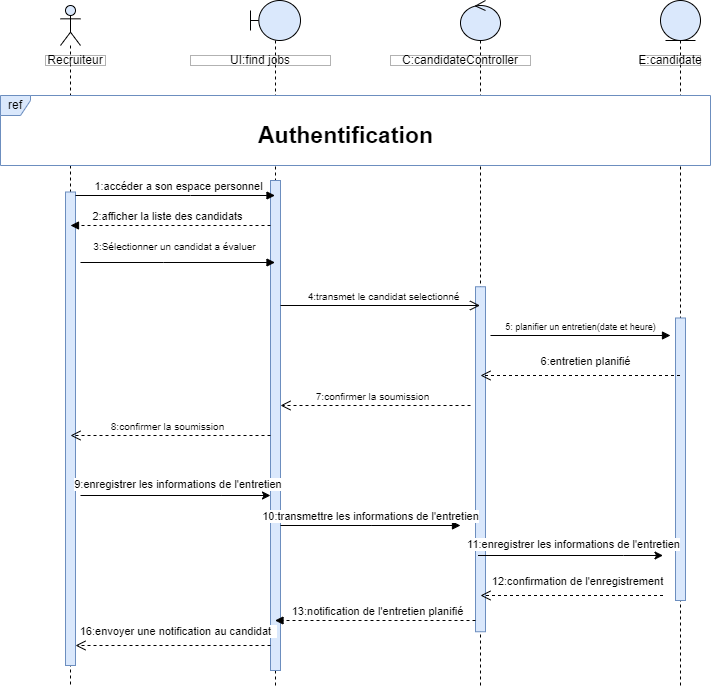
The draw.io diagram Diagramme sequence Traiter une candidature.drawio.png in chirine1/-project, before a commit. Source tidied: cells renumbered, new cells last; positions are measured from the earlier drawing's top-left corner, leaving out a move shared by most shapes.
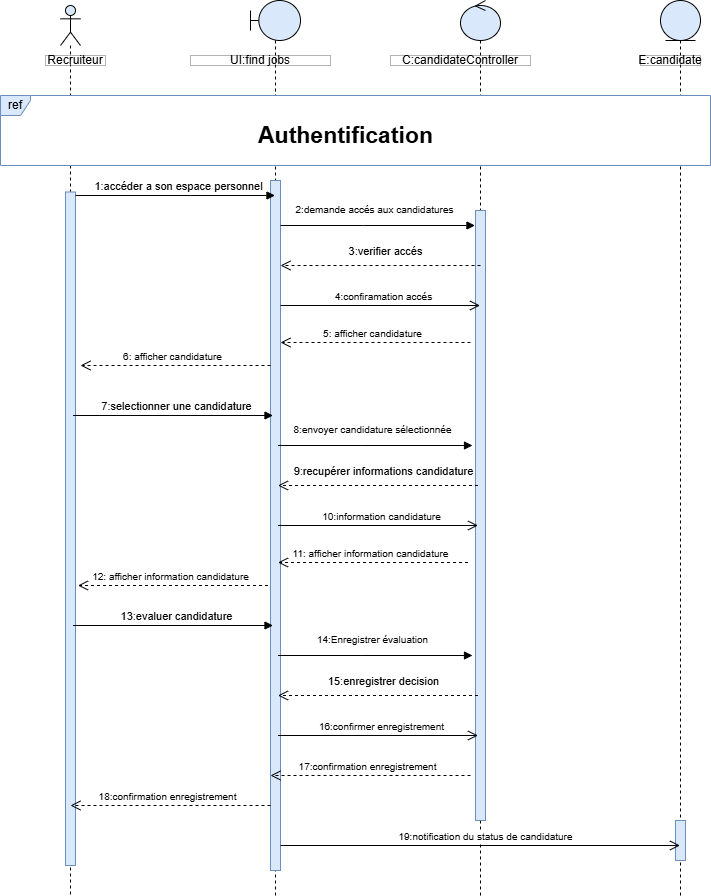
Later version of the same file.

Commit message:
Mettre à jour Diagramme sequence Traiter une candidature.drawio.png

Diff of the diagram source:
```diff
@@ -3,39 +3,29 @@
     <mxCell id="0" />
     <mxCell id="1" parent="0" />
     <mxCell id="2" style="shape=umlLifeline;perimeter=lifelinePerimeter;whiteSpace=wrap;html=1;outlineConnect=0;portConstraint=eastwest;newEdgeStyle={&quot;curved&quot;:0,&quot;rounded&quot;:0};participant=umlBoundary;fillColor=#dae8fc;strokeColor=default;" parent="1" vertex="1">
-      <mxGeometry x="250" width="50" height="685" as="geometry" />
+      <mxGeometry x="250" width="50" height="895" as="geometry" />
     </mxCell>
     <mxCell id="3" style="html=1;points=[[0,0,0,0,5],[0,1,0,0,-5],[1,0,0,0,5],[1,1,0,0,-5]];perimeter=orthogonalPerimeter;outlineConnect=0;targetShapes=umlLifeline;portConstraint=eastwest;newEdgeStyle={&quot;curved&quot;:0,&quot;rounded&quot;:0};fillColor=#dae8fc;strokeColor=#6c8ebf;" parent="2" vertex="1">
-      <mxGeometry x="20" y="180" width="10" height="490" as="geometry" />
+      <mxGeometry x="20" y="180" width="10" height="690" as="geometry" />
     </mxCell>
     <mxCell id="4" style="shape=umlLifeline;perimeter=lifelinePerimeter;whiteSpace=wrap;html=1;outlineConnect=0;portConstraint=eastwest;newEdgeStyle={&quot;curved&quot;:0,&quot;rounded&quot;:0};participant=umlEntity;fillColor=#dae8fc;strokeColor=default;" parent="1" vertex="1">
-      <mxGeometry x="660" width="40" height="685" as="geometry" />
+      <mxGeometry x="660" width="40" height="895" as="geometry" />
     </mxCell>
     <mxCell id="5" style="html=1;perimeter=orthogonalPerimeter;targetShapes=umlLifeline;newEdgeStyle={&quot;curved&quot;:0,&quot;rounded&quot;:0};fillColor=#dae8fc;strokeColor=#6c8ebf;" parent="4" vertex="1">
-      <mxGeometry x="15" y="317.5" width="10" height="282.5" as="geometry" />
+      <mxGeometry x="15" y="820" width="10" height="40" as="geometry" />
     </mxCell>
     <mxCell id="6" style="shape=umlLifeline;perimeter=lifelinePerimeter;whiteSpace=wrap;html=1;outlineConnect=0;portConstraint=eastwest;newEdgeStyle={&quot;curved&quot;:0,&quot;rounded&quot;:0};participant=umlControl;fillColor=#dae8fc;strokeColor=default;" parent="1" vertex="1">
-      <mxGeometry x="460" width="40" height="685" as="geometry" />
+      <mxGeometry x="460" width="40" height="895" as="geometry" />
     </mxCell>
     <mxCell id="7" style="html=1;points=[[0,0,0,0,5],[0,1,0,0,-5],[1,0,0,0,5],[1,1,0,0,-5]];perimeter=orthogonalPerimeter;outlineConnect=0;targetShapes=umlLifeline;portConstraint=eastwest;newEdgeStyle={&quot;curved&quot;:0,&quot;rounded&quot;:0};fillColor=#dae8fc;strokeColor=#6c8ebf;" parent="6" vertex="1">
-      <mxGeometry x="15" y="286.2" width="10" height="345" as="geometry" />
+      <mxGeometry x="15" y="210" width="10" height="610" as="geometry" />
     </mxCell>
     <mxCell id="8" style="shape=umlLifeline;perimeter=lifelinePerimeter;whiteSpace=wrap;html=1;newEdgeStyle={&quot;curved&quot;:0,&quot;rounded&quot;:0};participant=umlActor;fillColor=#dae8fc;strokeColor=default;" parent="1" vertex="1">
-      <mxGeometry x="60" y="5" width="20" height="680" as="geometry" />
+      <mxGeometry x="60" y="5" width="20" height="890" as="geometry" />
     </mxCell>
     <mxCell id="9" style="html=1;points=[[0,0,0,0,5],[0,1,0,0,-5],[1,0,0,0,5],[1,1,0,0,-5]];perimeter=orthogonalPerimeter;outlineConnect=0;targetShapes=umlLifeline;portConstraint=eastwest;newEdgeStyle={&quot;curved&quot;:0,&quot;rounded&quot;:0};fillColor=#dae8fc;strokeColor=#6c8ebf;" parent="8" vertex="1">
-      <mxGeometry x="5" y="186.5" width="10" height="473.5" as="geometry" />
+      <mxGeometry x="5" y="186.5" width="10" height="673.5" as="geometry" />
     </mxCell>
-    <mxCell id="10" value="6:entretien planifié" style="html=1;verticalAlign=bottom;endArrow=open;dashed=1;endSize=8;curved=0;rounded=0;" parent="1" edge="1" source="4">
-      <mxGeometry x="-0.05" y="-5" relative="1" as="geometry">
-        <mxPoint x="480" y="375" as="targetPoint" />
-      </mxGeometry>
-    </mxCell>
-    <mxCell id="11" value="2:afficher la liste des candidats" style="html=1;verticalAlign=bottom;endArrow=block;curved=0;rounded=0;dashed=1;" parent="1" edge="1" source="3">
-      <mxGeometry x="0.03" relative="1" as="geometry">
-        <mxPoint x="70" y="225" as="targetPoint" />
-      </mxGeometry>
-    </mxCell>
     <mxCell id="12" value="Recruiteur" style="html=1;whiteSpace=wrap;opacity=30;gradientColor=none;fillColor=default;fillStyle=auto;rounded=0;" parent="1" vertex="1">
       <mxGeometry x="45" y="55" width="60" height="10" as="geometry" />
     </mxCell>
@@ -59,99 +49,129 @@
     <mxCell id="17" value="ref" style="shape=umlFrame;whiteSpace=wrap;html=1;fillColor=#dae8fc;strokeColor=#6c8ebf;width=30;height=20;swimlaneFillColor=default;" parent="1" vertex="1">
       <mxGeometry y="95" width="710" height="70" as="geometry" />
     </mxCell>
-    <mxCell id="18" value="&lt;font style=&quot;font-size: 10px;&quot;&gt;&lt;font style=&quot;font-size: 10px;&quot;&gt;3:&lt;/font&gt;&lt;font style=&quot;font-size: 10px;&quot;&gt;Sélectionner un candidat a évaluer&lt;/font&gt;&lt;/font&gt;" style="html=1;verticalAlign=bottom;endArrow=block;curved=0;rounded=0;" parent="1" edge="1" target="2">
+    <mxCell id="18" value="&lt;font style=&quot;font-size: 10px;&quot;&gt;&lt;font style=&quot;font-size: 10px;&quot;&gt;2:&lt;/font&gt;&lt;font style=&quot;font-size: 10px;&quot;&gt;demande accés aux candidatures&lt;/font&gt;&lt;/font&gt;" style="html=1;verticalAlign=bottom;endArrow=block;curved=0;rounded=0;" parent="1" edge="1">
       <mxGeometry x="-0.03" y="7" relative="1" as="geometry">
-        <mxPoint x="80" y="262" as="sourcePoint" />
+        <mxPoint x="280" y="225" as="sourcePoint" />
+        <mxPoint x="474.5" y="225" as="targetPoint" />
         <Array as="points">
-          <mxPoint x="163.1" y="262" />
+          <mxPoint x="363.1" y="225" />
         </Array>
       </mxGeometry>
     </mxCell>
     <mxCell id="19" value="&lt;font style=&quot;font-size: 23px;&quot;&gt;Authentification&lt;/font&gt;" style="text;html=1;align=center;verticalAlign=middle;strokeColor=none;fillColor=default;gradientColor=none;rounded=0;glass=0;shadow=0;fontStyle=1;" parent="1" vertex="1">
       <mxGeometry x="255" y="115" width="180" height="40" as="geometry" />
     </mxCell>
-    <mxCell id="20" style="edgeStyle=orthogonalEdgeStyle;rounded=0;orthogonalLoop=1;jettySize=auto;html=1;curved=0;" parent="1" edge="1">
-      <mxGeometry relative="1" as="geometry">
-        <mxPoint x="80" y="495" as="sourcePoint" />
-        <mxPoint x="270" y="495" as="targetPoint" />
-        <Array as="points">
-          <mxPoint x="220.6" y="495" />
-          <mxPoint x="220.6" y="495" />
-        </Array>
-      </mxGeometry>
-    </mxCell>
-    <mxCell id="21" value="9:enregistrer les informations de l'entretien&amp;nbsp;" style="edgeLabel;html=1;align=center;verticalAlign=middle;" parent="20" vertex="1">
-      <mxGeometry x="-0.03" y="-1" relative="1" as="geometry">
-        <mxPoint x="6" y="-13" as="offset" />
-      </mxGeometry>
-    </mxCell>
-    <mxCell id="22" value="&lt;font style=&quot;font-size: 9px;&quot;&gt;5: planifier un entretien(date et heure)&lt;/font&gt;" style="html=1;verticalAlign=bottom;endArrow=block;curved=0;rounded=0;" parent="1" edge="1">
-      <mxGeometry relative="1" as="geometry">
-        <mxPoint x="490" y="335" as="sourcePoint" />
-        <mxPoint x="670" y="335" as="targetPoint" />
-      </mxGeometry>
-    </mxCell>
-    <mxCell id="23" value="10:transmettre les informations de l'entretien" style="html=1;verticalAlign=bottom;endArrow=block;curved=0;rounded=0;" parent="1" edge="1">
-      <mxGeometry relative="1" as="geometry">
-        <mxPoint x="280" y="525" as="sourcePoint" />
-        <mxPoint x="460" y="525" as="targetPoint" />
-        <Array as="points">
-          <mxPoint x="370.6" y="525" />
-        </Array>
-      </mxGeometry>
-    </mxCell>
-    <mxCell id="24" value="&lt;div style=&quot;text-align: left;&quot;&gt;12:confirmation de l'enregistrement&lt;/div&gt;" style="html=1;verticalAlign=bottom;endArrow=open;dashed=1;endSize=8;curved=0;rounded=0;" parent="1" edge="1">
-      <mxGeometry x="-0.06" y="-5" relative="1" as="geometry">
-        <mxPoint x="662.5" y="595" as="sourcePoint" />
-        <mxPoint x="480" y="595" as="targetPoint" />
-      </mxGeometry>
-    </mxCell>
-    <mxCell id="25" value="&lt;font style=&quot;font-size: 10px;&quot;&gt;7:confirmer la soumission&lt;/font&gt;" style="html=1;verticalAlign=bottom;endArrow=open;dashed=1;endSize=8;curved=0;rounded=0;" parent="1" edge="1">
-      <mxGeometry x="0.03" relative="1" as="geometry">
-        <mxPoint x="470" y="405" as="sourcePoint" />
-        <mxPoint x="280" y="405" as="targetPoint" />
-      </mxGeometry>
-    </mxCell>
-    <mxCell id="26" value="&lt;font style=&quot;font-size: 10px;&quot;&gt;4:transmet le candidat selectionné&lt;/font&gt;" style="html=1;verticalAlign=bottom;endArrow=open;endSize=8;curved=0;rounded=0;" parent="1" edge="1" target="6">
+    <mxCell id="26" value="&lt;font style=&quot;font-size: 10px;&quot;&gt;4:confiramation accés&lt;/font&gt;" style="html=1;verticalAlign=bottom;endArrow=open;endSize=8;curved=0;rounded=0;" parent="1" edge="1" target="6">
       <mxGeometry x="0.03" relative="1" as="geometry">
         <mxPoint x="280" y="305" as="sourcePoint" />
       </mxGeometry>
     </mxCell>
-    <mxCell id="27" style="edgeStyle=orthogonalEdgeStyle;rounded=0;orthogonalLoop=1;jettySize=auto;html=1;curved=0;" parent="1" edge="1">
-      <mxGeometry relative="1" as="geometry">
-        <mxPoint x="477.5" y="555" as="sourcePoint" />
-        <mxPoint x="662.5" y="555" as="targetPoint" />
-        <Array as="points">
-          <mxPoint x="623" y="555" />
-          <mxPoint x="623" y="555" />
-        </Array>
-      </mxGeometry>
-    </mxCell>
-    <mxCell id="28" value="11:enregistrer les informations de l'entretien" style="edgeLabel;html=1;align=center;verticalAlign=middle;" parent="27" vertex="1">
-      <mxGeometry x="-0.03" y="-1" relative="1" as="geometry">
-        <mxPoint x="6" y="-13" as="offset" />
-      </mxGeometry>
-    </mxCell>
-    <mxCell id="29" value="&lt;font style=&quot;font-size: 10px;&quot;&gt;8:confirmer la soumission&lt;/font&gt;" style="html=1;verticalAlign=bottom;endArrow=open;dashed=1;endSize=8;curved=0;rounded=0;" parent="1" edge="1">
-      <mxGeometry x="0.03" relative="1" as="geometry">
-        <mxPoint x="270" y="435" as="sourcePoint" />
-        <mxPoint x="70" y="435" as="targetPoint" />
-      </mxGeometry>
-    </mxCell>
-    <mxCell id="30" value="13:notification de l'entretien planifié" style="html=1;verticalAlign=bottom;endArrow=block;curved=0;rounded=0;dashed=1;" parent="1" edge="1" source="7" target="2">
-      <mxGeometry x="-0.02" relative="1" as="geometry">
-        <Array as="points">
-          <mxPoint x="343.1" y="620" />
-        </Array>
-      </mxGeometry>
-    </mxCell>
-    <mxCell id="31" value="&lt;div style=&quot;text-align: left;&quot;&gt;16:envoyer une notification au candidat&amp;nbsp;&amp;nbsp;&lt;/div&gt;" style="html=1;verticalAlign=bottom;endArrow=open;dashed=1;endSize=8;curved=0;rounded=0;" parent="1" edge="1" target="9">
-      <mxGeometry x="-0.06" y="-5" relative="1" as="geometry">
-        <mxPoint x="270" y="645" as="sourcePoint" />
-        <Array as="points">
-          <mxPoint x="140" y="645" />
-        </Array>
-      </mxGeometry>
-    </mxCell>
+    <mxCell id="32" value="3:verifier accés" style="html=1;verticalAlign=bottom;endArrow=open;dashed=1;endSize=8;curved=0;rounded=0;" parent="1" edge="1">
+      <mxGeometry x="-0.05" y="-5" relative="1" as="geometry">
+        <mxPoint x="480" y="265" as="sourcePoint" />
+        <mxPoint x="280" y="265" as="targetPoint" />
+      </mxGeometry>
+    </mxCell>
+    <mxCell id="33" value="&lt;font style=&quot;font-size: 10px;&quot;&gt;5: afficher candidature&lt;/font&gt;" style="html=1;verticalAlign=bottom;endArrow=open;dashed=1;endSize=8;curved=0;rounded=0;" parent="1" edge="1">
+      <mxGeometry x="0.03" relative="1" as="geometry">
+        <mxPoint x="470" y="342" as="sourcePoint" />
+        <mxPoint x="280" y="342" as="targetPoint" />
+      </mxGeometry>
+    </mxCell>
+    <mxCell id="34" value="&lt;font style=&quot;font-size: 10px;&quot;&gt;6: afficher candidature&lt;/font&gt;" style="html=1;verticalAlign=bottom;endArrow=open;dashed=1;endSize=8;curved=0;rounded=0;" parent="1" edge="1">
+      <mxGeometry x="0.03" relative="1" as="geometry">
+        <mxPoint x="270" y="365" as="sourcePoint" />
+        <mxPoint x="80" y="365" as="targetPoint" />
+      </mxGeometry>
+    </mxCell>
+    <mxCell id="35" value="7:selectionner une candidature" style="html=1;verticalAlign=bottom;endArrow=block;curved=0;rounded=0;" parent="1" edge="1">
+      <mxGeometry x="0.03" relative="1" as="geometry">
+        <mxPoint x="72.5" y="415" as="sourcePoint" />
+        <mxPoint x="272.5" y="415" as="targetPoint" />
+        <Array as="points">
+          <mxPoint x="187.5" y="415" />
+        </Array>
+      </mxGeometry>
+    </mxCell>
+    <mxCell id="36" value="&lt;span style=&quot;font-size: 10px;&quot;&gt;8:envoyer candidature sélectionnée&lt;/span&gt;" style="html=1;verticalAlign=bottom;endArrow=block;curved=0;rounded=0;" parent="1" edge="1">
+      <mxGeometry x="-0.03" y="7" relative="1" as="geometry">
+        <mxPoint x="277.5" y="445" as="sourcePoint" />
+        <mxPoint x="472" y="445" as="targetPoint" />
+        <Array as="points">
+          <mxPoint x="360.6" y="445" />
+        </Array>
+      </mxGeometry>
+    </mxCell>
+    <mxCell id="37" value="&lt;font style=&quot;font-size: 10px;&quot;&gt;10:information candidature&lt;/font&gt;" style="html=1;verticalAlign=bottom;endArrow=open;endSize=8;curved=0;rounded=0;" parent="1" edge="1">
+      <mxGeometry x="0.03" relative="1" as="geometry">
+        <mxPoint x="277.5" y="525" as="sourcePoint" />
+        <mxPoint x="477.5" y="525" as="targetPoint" />
+      </mxGeometry>
+    </mxCell>
+    <mxCell id="38" value="9:recupérer informations candidature" style="html=1;verticalAlign=bottom;endArrow=open;dashed=1;endSize=8;curved=0;rounded=0;" parent="1" edge="1">
+      <mxGeometry x="-0.05" y="-5" relative="1" as="geometry">
+        <mxPoint x="477.5" y="485" as="sourcePoint" />
+        <mxPoint x="277.5" y="485" as="targetPoint" />
+      </mxGeometry>
+    </mxCell>
+    <mxCell id="39" value="&lt;font style=&quot;font-size: 10px;&quot;&gt;11: afficher information candidature&lt;/font&gt;" style="html=1;verticalAlign=bottom;endArrow=open;dashed=1;endSize=8;curved=0;rounded=0;" parent="1" edge="1">
+      <mxGeometry x="0.03" relative="1" as="geometry">
+        <mxPoint x="467.5" y="562" as="sourcePoint" />
+        <mxPoint x="277.5" y="562" as="targetPoint" />
+      </mxGeometry>
+    </mxCell>
+    <mxCell id="40" value="&lt;font style=&quot;font-size: 10px;&quot;&gt;12: afficher information candidature&lt;/font&gt;" style="html=1;verticalAlign=bottom;endArrow=open;dashed=1;endSize=8;curved=0;rounded=0;" parent="1" edge="1">
+      <mxGeometry x="0.03" relative="1" as="geometry">
+        <mxPoint x="267.5" y="585" as="sourcePoint" />
+        <mxPoint x="77.5" y="585" as="targetPoint" />
+      </mxGeometry>
+    </mxCell>
+    <mxCell id="41" value="13:evaluer candidature" style="html=1;verticalAlign=bottom;endArrow=block;curved=0;rounded=0;" parent="1" edge="1">
+      <mxGeometry x="0.03" relative="1" as="geometry">
+        <mxPoint x="72.5" y="625" as="sourcePoint" />
+        <mxPoint x="272.5" y="625" as="targetPoint" />
+        <Array as="points">
+          <mxPoint x="187.5" y="625" />
+        </Array>
+      </mxGeometry>
+    </mxCell>
+    <mxCell id="42" value="&lt;span style=&quot;font-size: 10px;&quot;&gt;14:Enregistrer évaluation&lt;/span&gt;" style="html=1;verticalAlign=bottom;endArrow=block;curved=0;rounded=0;" parent="1" edge="1">
+      <mxGeometry x="-0.03" y="7" relative="1" as="geometry">
+        <mxPoint x="277.5" y="655" as="sourcePoint" />
+        <mxPoint x="472" y="655" as="targetPoint" />
+        <Array as="points">
+          <mxPoint x="360.6" y="655" />
+        </Array>
+      </mxGeometry>
+    </mxCell>
+    <mxCell id="43" value="&lt;font style=&quot;font-size: 10px;&quot;&gt;16:confirmer enregistrement&lt;/font&gt;" style="html=1;verticalAlign=bottom;endArrow=open;endSize=8;curved=0;rounded=0;" parent="1" edge="1">
+      <mxGeometry x="0.03" relative="1" as="geometry">
+        <mxPoint x="277.5" y="735" as="sourcePoint" />
+        <mxPoint x="477.5" y="735" as="targetPoint" />
+      </mxGeometry>
+    </mxCell>
+    <mxCell id="44" value="15:enregistrer decision" style="html=1;verticalAlign=bottom;endArrow=open;dashed=1;endSize=8;curved=0;rounded=0;" parent="1" edge="1">
+      <mxGeometry x="-0.05" y="-5" relative="1" as="geometry">
+        <mxPoint x="477.5" y="695" as="sourcePoint" />
+        <mxPoint x="277.5" y="695" as="targetPoint" />
+      </mxGeometry>
+    </mxCell>
+    <mxCell id="45" value="&lt;font style=&quot;font-size: 10px;&quot;&gt;17:confirmation enregistrement&lt;/font&gt;" style="html=1;verticalAlign=bottom;endArrow=open;endSize=8;curved=0;rounded=0;dashed=1;" parent="1" edge="1">
+      <mxGeometry x="0.03" relative="1" as="geometry">
+        <mxPoint x="470" y="775" as="sourcePoint" />
+        <mxPoint x="270" y="775" as="targetPoint" />
+      </mxGeometry>
+    </mxCell>
+    <mxCell id="46" value="&lt;font style=&quot;font-size: 10px;&quot;&gt;18:confirmation enregistrement&lt;/font&gt;" style="html=1;verticalAlign=bottom;endArrow=open;endSize=8;curved=0;rounded=0;dashed=1;" parent="1" edge="1">
+      <mxGeometry x="0.03" relative="1" as="geometry">
+        <mxPoint x="270" y="805" as="sourcePoint" />
+        <mxPoint x="70" y="805" as="targetPoint" />
+      </mxGeometry>
+    </mxCell>
+    <mxCell id="47" value="&lt;font style=&quot;font-size: 10px;&quot;&gt;19:notification du status de candidature&lt;/font&gt;" style="html=1;verticalAlign=bottom;endArrow=open;endSize=8;curved=0;rounded=0;" parent="1" edge="1" target="4">
+      <mxGeometry x="0.03" relative="1" as="geometry">
+        <mxPoint x="280" y="845" as="sourcePoint" />
+      </mxGeometry>
+    </mxCell>
   </root>
 </mxGraphModel>
```
